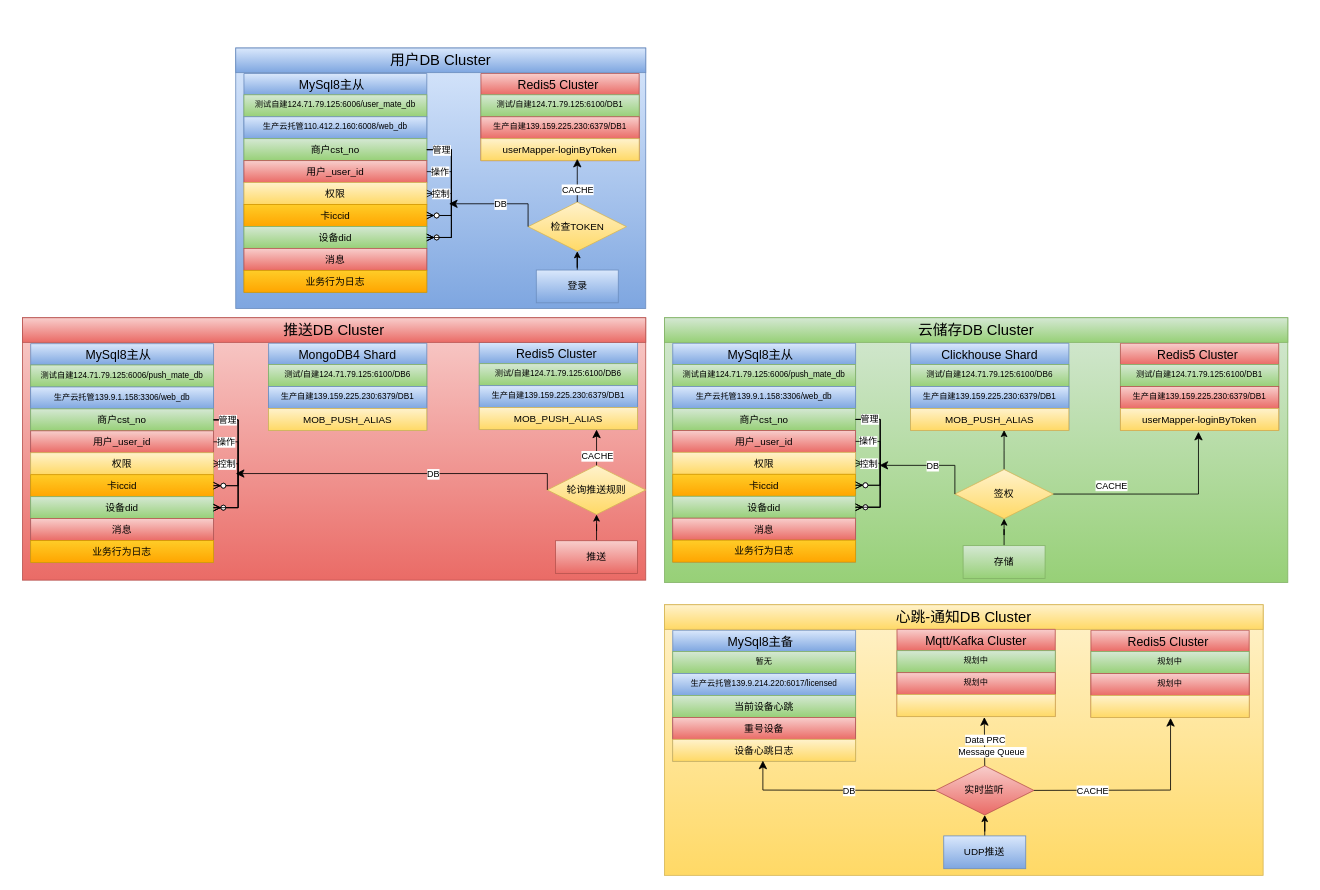
Before: cloudbirds/整体数据模型.drawio in luoyongshun/framework, a draw.io diagram. Source tidied: cells renumbered, new cells numbered last; positions are measured from the earlier drawing's top-left corner, leaving out a move shared by most shapes. Both pictures are drawn from the tidied source at 82%, with x=0, y=0 at pixel (22, 48).
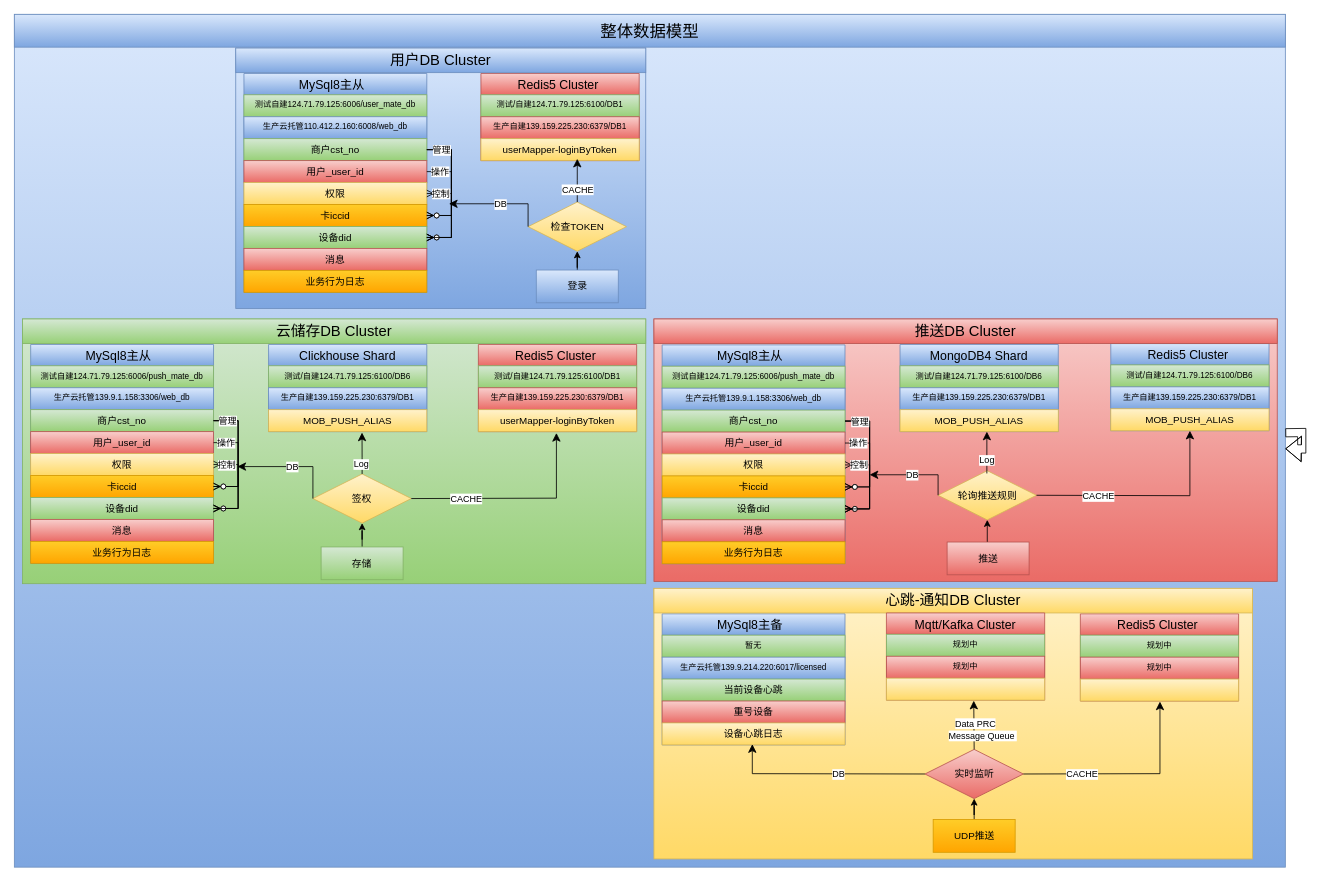
The same diagram, later.

Commit message (it also covers changes not shown here):
更新整体数据模型.drawio

The change refers to these unchanged cells:
```xml
<mxCell id="90" value="userMapper-loginByToken" style="text;strokeColor=#d6b656;fillColor=#fff2cc;spacingLeft=4;spacingRight=4;overflow=hidden;points=[[0,0.5],[1,0.5]];portConstraint=eastwest;fontSize=12;gradientColor=#ffd966;align=center;" parent="87" vertex="1">
  <mxGeometry y="79.5" width="193" height="26.8" as="geometry" />
</mxCell>
<mxCell id="111" value="设备心跳日志" style="text;strokeColor=#d6b656;fillColor=#fff2cc;spacingLeft=4;spacingRight=4;overflow=hidden;points=[[0,0.5],[1,0.5]];portConstraint=eastwest;fontSize=12;gradientColor=#ffd966;align=center;" parent="106" vertex="1">
  <mxGeometry y="133" width="223" height="26.8" as="geometry" />
</mxCell>
<mxCell id="117" style="text;strokeColor=#d6b656;fillColor=#fff2cc;spacingLeft=4;spacingRight=4;overflow=hidden;points=[[0,0.5],[1,0.5]];portConstraint=eastwest;fontSize=12;gradientColor=#ffd966;align=center;" parent="114" vertex="1">
  <mxGeometry y="79.5" width="193" height="26.8" as="geometry" />
</mxCell>
<mxCell id="126" style="text;strokeColor=#d6b656;fillColor=#fff2cc;spacingLeft=4;spacingRight=4;overflow=hidden;points=[[0,0.5],[1,0.5]];portConstraint=eastwest;fontSize=12;gradientColor=#ffd966;align=center;" parent="123" vertex="1">
  <mxGeometry y="79.5" width="193" height="26.8" as="geometry" />
</mxCell>
```

The edit, as a diff of the source:
```diff
@@
+    <mxCell id="130" style="rounded=0;whiteSpace=wrap;html=1;fillColor=#dae8fc;strokeColor=#6c8ebf;gradientColor=#7ea6e0;" parent="1" vertex="1">
+      <mxGeometry x="-10" y="-41" width="1550" height="1040" as="geometry" />
+    </mxCell>
@@
     <mxCell id="33" style="rounded=0;whiteSpace=wrap;html=1;fillColor=#f8cecc;gradientColor=#ea6b66;strokeColor=#b85450;" parent="1" vertex="1">
-      <mxGeometry x="-0.1" y="329" width="760.1" height="320" as="geometry" />
+      <mxGeometry x="770" y="330.5" width="760.1" height="320" as="geometry" />
     </mxCell>
     <mxCell id="34" value="轮询推送规则" style="shape=rhombus;perimeter=rhombusPerimeter;whiteSpace=wrap;html=1;align=center;fillColor=#fff2cc;gradientColor=#ffd966;strokeColor=#d6b656;" parent="1" vertex="1">
-      <mxGeometry x="640" y="509" width="120" height="60" as="geometry" />
+      <mxGeometry x="1116.5" y="515.5" width="120" height="60" as="geometry" />
     </mxCell>
     <mxCell id="35" value="MySql8主从  " style="swimlane;fontStyle=0;horizontal=1;startSize=26;align=center;fontSize=15;fillColor=#dae8fc;gradientColor=#7ea6e0;strokeColor=#6c8ebf;" parent="1" vertex="1">
-      <mxGeometry x="9.9" y="360.6" width="223" height="266.9" as="geometry" />
+      <mxGeometry x="780" y="362.1" width="223" height="266.9" as="geometry" />
     </mxCell>
@@
-    <mxCell id="53" style="edgeStyle=orthogonalEdgeStyle;rounded=0;jettySize=auto;html=1;entryX=0.5;entryY=1;entryDx=0;entryDy=0;" parent="1" edge="1" source="54" target="34">
+    <mxCell id="53" style="edgeStyle=orthogonalEdgeStyle;rounded=0;jettySize=auto;html=1;entryX=0.5;entryY=1;entryDx=0;entryDy=0;exitX=0.5;exitY=0;exitDx=0;exitDy=0;" parent="1" edge="1" source="54" target="34">
       <mxGeometry relative="1" as="geometry" />
     </mxCell>
     <mxCell id="54" value="推送" style="whiteSpace=wrap;html=1;align=center;fillColor=#f8cecc;gradientColor=#ea6b66;strokeColor=#b85450;" parent="1" vertex="1">
-      <mxGeometry x="650" y="600.9" width="100" height="40" as="geometry" />
+      <mxGeometry x="1127.5" y="602.5" width="100" height="40" as="geometry" />
     </mxCell>
     <mxCell id="55" value="Redis5 Cluster " style="swimlane;fontStyle=0;horizontal=1;startSize=26;align=center;fontSize=15;fillColor=#dae8fc;gradientColor=#7ea6e0;strokeColor=#6c8ebf;" parent="1" vertex="1">
-      <mxGeometry x="557" y="359" width="193" height="106.3" as="geometry" />
+      <mxGeometry x="1327.1" y="360.5" width="193" height="106.3" as="geometry" />
     </mxCell>
@@
     <mxCell id="59" style="edgeStyle=elbowEdgeStyle;elbow=vertical;endArrow=classic;html=1;curved=0;rounded=0;endSize=8;startSize=8;exitX=0;exitY=0.5;exitDx=0;exitDy=0;" parent="1" edge="1" source="34">
       <mxGeometry relative="1" as="geometry">
-        <mxPoint x="260" y="519" as="targetPoint" />
+        <mxPoint x="1033" y="520.5" as="targetPoint" />
         <Array as="points">
-          <mxPoint x="640" y="519" />
+          <mxPoint x="1410.1" y="520.5" />
         </Array>
       </mxGeometry>
     </mxCell>
@@
-    <mxCell id="61" style="edgeStyle=elbowEdgeStyle;elbow=vertical;endArrow=classic;html=1;curved=0;rounded=0;endSize=8;startSize=8;exitX=0.5;exitY=0;exitDx=0;exitDy=0;" parent="1" edge="1" source="34" target="55">
+    <mxCell id="61" style="edgeStyle=elbowEdgeStyle;elbow=vertical;endArrow=classic;html=1;curved=0;rounded=0;endSize=8;startSize=8;exitX=1;exitY=0.5;exitDx=0;exitDy=0;entryX=0.5;entryY=1;entryDx=0;entryDy=0;" parent="1" edge="1" source="34" target="55">
       <mxGeometry relative="1" as="geometry">
         <Array as="points">
-          <mxPoint x="600" y="389" />
+          <mxPoint x="1400" y="546" />
         </Array>
       </mxGeometry>
     </mxCell>
@@
     <mxCell id="63" value="推送DB Cluster" style="text;html=1;strokeColor=#b85450;fillColor=#f8cecc;align=center;verticalAlign=middle;whiteSpace=wrap;rounded=0;fontSize=18;gradientColor=#ea6b66;" parent="1" vertex="1">
-      <mxGeometry x="-0.1" y="329" width="760.1" height="30" as="geometry" />
+      <mxGeometry x="770" y="330.5" width="760.1" height="30" as="geometry" />
     </mxCell>
     <mxCell id="64" style="rounded=0;whiteSpace=wrap;html=1;fillColor=#d5e8d4;gradientColor=#97d077;strokeColor=#82b366;" parent="1" vertex="1">
-      <mxGeometry x="782.9" y="329" width="760.1" height="322.8" as="geometry" />
+      <mxGeometry x="-0.1" y="330.5" width="760.1" height="322.8" as="geometry" />
     </mxCell>
-    <mxCell id="65" style="edgeStyle=orthogonalEdgeStyle;rounded=0;jettySize=auto;html=1;" parent="1" edge="1" source="66">
-      <mxGeometry relative="1" as="geometry">
-        <mxPoint x="1197" y="466" as="targetPoint" />
-      </mxGeometry>
-    </mxCell>
     <mxCell id="66" value="签权" style="shape=rhombus;perimeter=rhombusPerimeter;whiteSpace=wrap;html=1;align=center;fillColor=#fff2cc;gradientColor=#ffd966;strokeColor=#d6b656;" parent="1" vertex="1">
-      <mxGeometry x="1137" y="514" width="120" height="60" as="geometry" />
+      <mxGeometry x="354.1" y="519.5" width="120" height="60" as="geometry" />
     </mxCell>
     <mxCell id="67" value="MySql8主从  " style="swimlane;fontStyle=0;horizontal=1;startSize=26;align=center;fontSize=15;fillColor=#dae8fc;gradientColor=#7ea6e0;strokeColor=#6c8ebf;" parent="1" vertex="1">
-      <mxGeometry x="792.9" y="360.1" width="223" height="266.9" as="geometry" />
+      <mxGeometry x="9.9" y="361.6" width="223" height="266.9" as="geometry" />
     </mxCell>
@@
     <mxCell id="86" value="存储" style="whiteSpace=wrap;html=1;align=center;fillColor=#d5e8d4;gradientColor=#97d077;strokeColor=#82b366;" parent="1" vertex="1">
-      <mxGeometry x="1147" y="606.9" width="100" height="40" as="geometry" />
+      <mxGeometry x="364.1" y="608.5" width="100" height="40" as="geometry" />
     </mxCell>
     <mxCell id="87" value="Redis5 Cluster " style="swimlane;fontStyle=0;horizontal=1;startSize=26;align=center;fontSize=15;fillColor=#f8cecc;gradientColor=#ea6b66;strokeColor=#b85450;" parent="1" vertex="1">
-      <mxGeometry x="1338.9" y="360.1" width="193" height="106.3" as="geometry" />
+      <mxGeometry x="555.9" y="361.6" width="193" height="106.3" as="geometry" />
     </mxCell>
@@
     <mxCell id="91" style="edgeStyle=elbowEdgeStyle;elbow=vertical;endArrow=classic;html=1;curved=0;rounded=0;endSize=8;startSize=8;exitX=0;exitY=0.5;exitDx=0;exitDy=0;" parent="1" edge="1" source="66">
       <mxGeometry relative="1" as="geometry">
-        <mxPoint x="1045" y="509" as="targetPoint" />
+        <mxPoint x="262" y="510.5" as="targetPoint" />
         <Array as="points">
-          <mxPoint x="1380" y="509" />
+          <mxPoint x="597" y="510.5" />
         </Array>
       </mxGeometry>
     </mxCell>
@@
     <mxCell id="93" style="edgeStyle=elbowEdgeStyle;elbow=vertical;endArrow=classic;html=1;curved=0;rounded=0;endSize=8;startSize=8;exitX=1;exitY=0.5;exitDx=0;exitDy=0;entryX=0.493;entryY=1.061;entryDx=0;entryDy=0;entryPerimeter=0;" parent="1" edge="1" source="66" target="90">
       <mxGeometry relative="1" as="geometry">
         <Array as="points">
-          <mxPoint x="1360" y="544" />
+          <mxPoint x="660" y="549" />
         </Array>
       </mxGeometry>
     </mxCell>
     <mxCell id="94" value="CACHE" style="edgeLabel;html=1;align=center;verticalAlign=middle;" parent="93" vertex="1">
       <mxGeometry x="-0.44" relative="1" as="geometry">
-        <mxPoint x="-1" y="-11" as="offset" />
+        <mxPoint x="-5" as="offset" />
       </mxGeometry>
     </mxCell>
     <mxCell id="95" value="云储存DB Cluster" style="text;html=1;strokeColor=#82b366;fillColor=#d5e8d4;align=center;verticalAlign=middle;whiteSpace=wrap;rounded=0;fontSize=18;gradientColor=#97d077;" parent="1" vertex="1">
-      <mxGeometry x="782.9" y="329" width="760.1" height="30" as="geometry" />
+      <mxGeometry x="-0.1" y="330.5" width="760.1" height="30" as="geometry" />
     </mxCell>
     <mxCell id="96" value="MongoDB4 Shard" style="swimlane;fontStyle=0;horizontal=1;startSize=26;align=center;fontSize=15;fillColor=#dae8fc;gradientColor=#7ea6e0;strokeColor=#6c8ebf;" parent="1" vertex="1">
-      <mxGeometry x="300" y="360.1" width="193" height="106.3" as="geometry" />
+      <mxGeometry x="1070.1" y="361.6" width="193" height="106.3" as="geometry" />
     </mxCell>
@@
     <mxCell id="100" value="Clickhouse Shard" style="swimlane;fontStyle=0;horizontal=1;startSize=26;align=center;fontSize=15;fillColor=#dae8fc;gradientColor=#7ea6e0;strokeColor=#6c8ebf;" parent="1" vertex="1">
-      <mxGeometry x="1083" y="360.1" width="193" height="106.3" as="geometry" />
+      <mxGeometry x="300" y="361.6" width="193" height="106.3" as="geometry" />
     </mxCell>
@@
     <mxCell id="104" style="rounded=0;whiteSpace=wrap;html=1;fillColor=#fff2cc;gradientColor=#ffd966;strokeColor=#d6b656;" parent="1" vertex="1">
-      <mxGeometry x="782.9" y="679" width="730" height="330" as="geometry" />
+      <mxGeometry x="770" y="659" width="730" height="330" as="geometry" />
     </mxCell>
     <mxCell id="105" value="实时监听" style="shape=rhombus;perimeter=rhombusPerimeter;whiteSpace=wrap;html=1;align=center;fillColor=#f8cecc;gradientColor=#ea6b66;strokeColor=#b85450;" parent="1" vertex="1">
-      <mxGeometry x="1113.4" y="875.4" width="120" height="60" as="geometry" />
+      <mxGeometry x="1100.5" y="855.4" width="120" height="60" as="geometry" />
     </mxCell>
     <mxCell id="106" value="MySql8主备  " style="swimlane;fontStyle=0;horizontal=1;startSize=26;align=center;fontSize=15;fillColor=#dae8fc;gradientColor=#7ea6e0;strokeColor=#6c8ebf;" parent="1" vertex="1">
-      <mxGeometry x="792.9" y="710.1" width="223" height="159.8" as="geometry" />
+      <mxGeometry x="780" y="690.1" width="223" height="159.8" as="geometry" />
     </mxCell>
@@
-    <mxCell id="113" value="UDP推送" style="whiteSpace=wrap;html=1;align=center;fillColor=#dae8fc;gradientColor=#7ea6e0;strokeColor=#6c8ebf;" parent="1" vertex="1">
-      <mxGeometry x="1123.4" y="960.9" width="100" height="40" as="geometry" />
+    <mxCell id="113" value="UDP推送" style="whiteSpace=wrap;html=1;align=center;fillColor=#ffcd28;gradientColor=#ffa500;strokeColor=#d79b00;" parent="1" vertex="1">
+      <mxGeometry x="1110.5" y="940.9" width="100" height="40" as="geometry" />
     </mxCell>
     <mxCell id="114" value="Redis5 Cluster " style="swimlane;fontStyle=0;horizontal=1;startSize=26;align=center;fontSize=15;fillColor=#f8cecc;gradientColor=#ea6b66;strokeColor=#b85450;" parent="1" vertex="1">
-      <mxGeometry x="1302.9" y="710.1" width="193" height="106.3" as="geometry" />
+      <mxGeometry x="1290" y="690.1" width="193" height="106.3" as="geometry" />
     </mxCell>
@@
     <mxCell id="118" style="edgeStyle=elbowEdgeStyle;elbow=vertical;endArrow=classic;html=1;curved=0;rounded=0;endSize=8;startSize=8;exitX=0;exitY=0.5;exitDx=0;exitDy=0;entryX=0.493;entryY=0.967;entryDx=0;entryDy=0;entryPerimeter=0;" parent="1" edge="1" source="105" target="111">
       <mxGeometry relative="1" as="geometry">
         <Array as="points">
-          <mxPoint x="1012.9" y="905" />
-          <mxPoint x="1132.9" y="949" />
+          <mxPoint x="1000" y="885" />
+          <mxPoint x="1120" y="929" />
         </Array>
       </mxGeometry>
     </mxCell>
@@
     <mxCell id="120" style="edgeStyle=elbowEdgeStyle;elbow=vertical;endArrow=classic;html=1;curved=0;rounded=0;endSize=8;startSize=8;exitX=1;exitY=0.5;exitDx=0;exitDy=0;entryX=0.503;entryY=1.024;entryDx=0;entryDy=0;entryPerimeter=0;" parent="1" edge="1" source="105" target="117">
       <mxGeometry relative="1" as="geometry">
         <Array as="points">
-          <mxPoint x="1382.9" y="905" />
+          <mxPoint x="1370" y="885" />
         </Array>
       </mxGeometry>
     </mxCell>
@@
     <mxCell id="122" value="心跳-通知DB Cluster" style="text;html=1;strokeColor=#d6b656;fillColor=#fff2cc;align=center;verticalAlign=middle;whiteSpace=wrap;rounded=0;fontSize=18;gradientColor=#ffd966;" parent="1" vertex="1">
-      <mxGeometry x="782.9" y="679" width="730" height="30" as="geometry" />
+      <mxGeometry x="770" y="659" width="730" height="30" as="geometry" />
     </mxCell>
     <mxCell id="123" value="Mqtt/Kafka Cluster" style="swimlane;fontStyle=0;horizontal=1;startSize=26;align=center;fontSize=15;fillColor=#f8cecc;gradientColor=#ea6b66;strokeColor=#b85450;" parent="1" vertex="1">
-      <mxGeometry x="1066.4" y="709" width="193" height="106.3" as="geometry" />
+      <mxGeometry x="1053.5" y="689" width="193" height="106.3" as="geometry" />
     </mxCell>
@@
     <mxCell id="127" style="edgeStyle=elbowEdgeStyle;elbow=horizontal;endArrow=classic;html=1;curved=0;rounded=0;endSize=8;startSize=8;exitX=0.5;exitY=0;exitDx=0;exitDy=0;entryX=0.547;entryY=1.027;entryDx=0;entryDy=0;entryPerimeter=0;" parent="1" edge="1" source="105" target="126">
       <mxGeometry relative="1" as="geometry">
         <Array as="points">
-          <mxPoint x="1172.9" y="849" />
+          <mxPoint x="1160" y="829" />
         </Array>
       </mxGeometry>
     </mxCell>
@@
+    <mxCell id="131" style="edgeStyle=elbowEdgeStyle;elbow=vertical;endArrow=classic;html=1;curved=0;rounded=0;endSize=8;startSize=8;exitX=0.5;exitY=0;exitDx=0;exitDy=0;" parent="1" edge="1" source="66">
+      <mxGeometry relative="1" as="geometry">
+        <mxPoint x="414" y="469" as="targetPoint" />
+        <Array as="points">
+          <mxPoint x="414" y="499" />
+        </Array>
+      </mxGeometry>
+    </mxCell>
+    <mxCell id="132" value="Log" style="edgeLabel;html=1;align=center;verticalAlign=middle;" parent="131" vertex="1">
+      <mxGeometry x="-0.44" relative="1" as="geometry">
+        <mxPoint x="-2" y="2" as="offset" />
+      </mxGeometry>
+    </mxCell>
+    <mxCell id="133" style="edgeStyle=elbowEdgeStyle;elbow=vertical;endArrow=classic;html=1;curved=0;rounded=0;endSize=8;startSize=8;exitX=0.5;exitY=0;exitDx=0;exitDy=0;" parent="1" edge="1">
+      <mxGeometry relative="1" as="geometry">
+        <mxPoint x="1176" y="518.9" as="sourcePoint" />
+        <mxPoint x="1176" y="467.9" as="targetPoint" />
+        <Array as="points">
+          <mxPoint x="1176" y="497.9" />
+        </Array>
+      </mxGeometry>
+    </mxCell>
+    <mxCell id="134" value="Log" style="edgeLabel;html=1;align=center;verticalAlign=middle;" parent="133" vertex="1">
+      <mxGeometry x="-0.44" relative="1" as="geometry">
+        <mxPoint x="-1" y="-2" as="offset" />
+      </mxGeometry>
+    </mxCell>
+    <mxCell id="135" value="&lt;span style=&quot;font-size: 20px;&quot;&gt;整体数据模型&lt;/span&gt;" style="text;html=1;strokeColor=#6c8ebf;fillColor=#dae8fc;align=center;verticalAlign=middle;whiteSpace=wrap;rounded=0;gradientColor=#7ea6e0;" parent="1" vertex="1">
+      <mxGeometry x="-10" y="-41" width="1550" height="40" as="geometry" />
+    </mxCell>
+    <mxCell id="136" style="shape=flexArrow;endArrow=classic;html=1;rounded=0;" parent="1" edge="1" source="130" target="130">
+      <mxGeometry relative="1" as="geometry" />
+    </mxCell>
```
